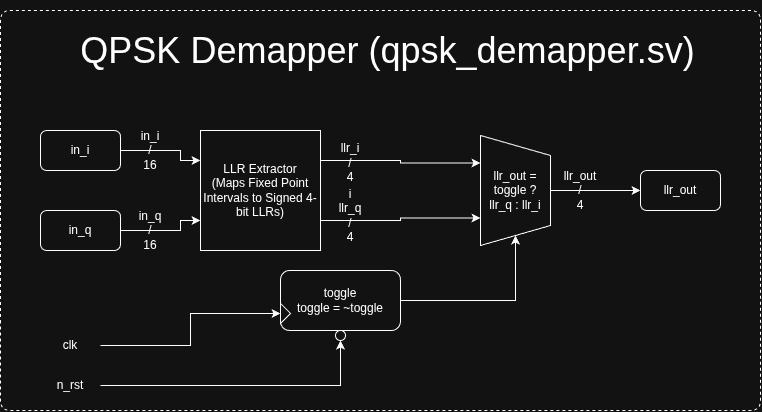
Earlier version of the draw.io export diagrams/qpskdemapperrtl.png (Yauk-An-Ant/OFDM-Baseband-PHY-FPGA). Source tidied: cells renumbered, new cells last; positions are measured from the earlier drawing's top-left corner, leaving out a move shared by most shapes. The source it was exported from:
```xml
<mxGraphModel>
  <root>
    <mxCell id="0" />
    <mxCell id="1" parent="0" />
    <mxCell id="2" style="edgeStyle=orthogonalEdgeStyle;rounded=0;jettySize=auto;html=1;exitX=1;exitY=0.5;exitDx=0;exitDy=0;entryX=0;entryY=0.25;entryDx=0;entryDy=0;" parent="1" edge="1" source="3" target="8">
      <mxGeometry relative="1" as="geometry">
        <Array as="points">
          <mxPoint x="180" y="150" />
          <mxPoint x="180" y="160" />
        </Array>
      </mxGeometry>
    </mxCell>
    <mxCell id="3" value="in_i" style="rounded=1;whiteSpace=wrap;html=1;" parent="1" vertex="1">
      <mxGeometry x="40" y="130" width="80" height="40" as="geometry" />
    </mxCell>
    <mxCell id="4" style="edgeStyle=orthogonalEdgeStyle;rounded=0;jettySize=auto;html=1;exitX=1;exitY=0.5;exitDx=0;exitDy=0;entryX=0;entryY=0.75;entryDx=0;entryDy=0;" parent="1" edge="1" source="5" target="8">
      <mxGeometry relative="1" as="geometry">
        <Array as="points">
          <mxPoint x="180" y="230" />
          <mxPoint x="180" y="220" />
        </Array>
      </mxGeometry>
    </mxCell>
    <mxCell id="5" value="in_q" style="rounded=1;whiteSpace=wrap;html=1;" parent="1" vertex="1">
      <mxGeometry x="40" y="210" width="80" height="40" as="geometry" />
    </mxCell>
    <mxCell id="6" style="edgeStyle=orthogonalEdgeStyle;rounded=0;jettySize=auto;html=1;exitX=1;exitY=0.25;exitDx=0;exitDy=0;entryX=0.25;entryY=1;entryDx=0;entryDy=0;" parent="1" edge="1" source="8" target="12">
      <mxGeometry relative="1" as="geometry" />
    </mxCell>
    <mxCell id="7" style="edgeStyle=orthogonalEdgeStyle;rounded=0;jettySize=auto;html=1;exitX=1;exitY=0.75;exitDx=0;exitDy=0;entryX=0.75;entryY=1;entryDx=0;entryDy=0;" parent="1" edge="1" source="8" target="12">
      <mxGeometry relative="1" as="geometry" />
    </mxCell>
    <mxCell id="8" value="LLR Extractor&lt;div&gt;(Maps Fixed Point Intervals to Signed 4-bit LLRs)&lt;/div&gt;" style="rounded=0;whiteSpace=wrap;html=1;" parent="1" vertex="1">
      <mxGeometry x="200" y="130" width="120" height="120" as="geometry" />
    </mxCell>
    <mxCell id="9" style="edgeStyle=orthogonalEdgeStyle;rounded=0;jettySize=auto;html=1;exitX=1;exitY=0.5;exitDx=0;exitDy=0;entryX=1;entryY=0.5;entryDx=0;entryDy=0;" parent="1" edge="1" source="10" target="12">
      <mxGeometry relative="1" as="geometry" />
    </mxCell>
    <mxCell id="10" value="toggle&lt;div&gt;toggle = ~toggle&lt;/div&gt;" style="rounded=1;whiteSpace=wrap;html=1;" parent="1" vertex="1">
      <mxGeometry x="280" y="270" width="120" height="60" as="geometry" />
    </mxCell>
    <mxCell id="11" style="edgeStyle=orthogonalEdgeStyle;rounded=0;jettySize=auto;html=1;exitX=0.5;exitY=0;exitDx=0;exitDy=0;entryX=0;entryY=0.5;entryDx=0;entryDy=0;" parent="1" edge="1" source="12" target="13">
      <mxGeometry relative="1" as="geometry" />
    </mxCell>
    <mxCell id="12" style="shape=trapezoid;perimeter=trapezoidPerimeter;whiteSpace=wrap;html=1;fixedSize=1;rotation=90;" parent="1" vertex="1">
      <mxGeometry x="460" y="155" width="110" height="70" as="geometry" />
    </mxCell>
    <mxCell id="13" value="llr_out" style="rounded=1;whiteSpace=wrap;html=1;" parent="1" vertex="1">
      <mxGeometry x="640" y="170" width="80" height="40" as="geometry" />
    </mxCell>
    <mxCell id="14" style="edgeStyle=orthogonalEdgeStyle;rounded=0;jettySize=auto;html=1;exitX=1;exitY=0.5;exitDx=0;exitDy=0;entryX=0;entryY=0.5;entryDx=0;entryDy=0;" parent="1" edge="1" source="15" target="18">
      <mxGeometry relative="1" as="geometry" />
    </mxCell>
    <mxCell id="15" value="clk" style="text;html=1;whiteSpace=wrap;strokeColor=none;fillColor=none;align=center;verticalAlign=middle;rounded=0;" parent="1" vertex="1">
      <mxGeometry x="40" y="330" width="60" height="30" as="geometry" />
    </mxCell>
    <mxCell id="16" style="edgeStyle=orthogonalEdgeStyle;rounded=0;jettySize=auto;html=1;exitX=1;exitY=0.5;exitDx=0;exitDy=0;entryX=0.5;entryY=1;entryDx=0;entryDy=0;" parent="1" edge="1" source="17" target="19">
      <mxGeometry relative="1" as="geometry" />
    </mxCell>
    <mxCell id="17" value="n_rst" style="text;html=1;whiteSpace=wrap;strokeColor=none;fillColor=none;align=center;verticalAlign=middle;rounded=0;" parent="1" vertex="1">
      <mxGeometry x="40" y="370" width="60" height="30" as="geometry" />
    </mxCell>
    <mxCell id="18" style="triangle;whiteSpace=wrap;html=1;" parent="1" vertex="1">
      <mxGeometry x="280" y="303" width="10" height="20" as="geometry" />
    </mxCell>
    <mxCell id="19" style="ellipse;whiteSpace=wrap;html=1;" parent="1" vertex="1">
      <mxGeometry x="335" y="330" width="10" height="10" as="geometry" />
    </mxCell>
    <mxCell id="20" value="llr_out = toggle ? llr_q : llr_i" style="text;html=1;whiteSpace=wrap;strokeColor=none;fillColor=none;align=center;verticalAlign=middle;rounded=0;" parent="1" vertex="1">
      <mxGeometry x="480" y="160" width="70" height="60" as="geometry" />
    </mxCell>
    <mxCell id="21" value="in_i&lt;div&gt;/&lt;/div&gt;&lt;div&gt;16&lt;/div&gt;" style="text;html=1;whiteSpace=wrap;strokeColor=none;fillColor=none;align=center;verticalAlign=middle;rounded=0;" parent="1" vertex="1">
      <mxGeometry x="120" y="135" width="60" height="30" as="geometry" />
    </mxCell>
    <mxCell id="22" value="in_q&lt;div&gt;/&lt;/div&gt;&lt;div&gt;16&lt;/div&gt;" style="text;html=1;whiteSpace=wrap;strokeColor=none;fillColor=none;align=center;verticalAlign=middle;rounded=0;" parent="1" vertex="1">
      <mxGeometry x="120" y="215" width="60" height="30" as="geometry" />
    </mxCell>
    <mxCell id="23" value="&lt;div&gt;&lt;br&gt;&lt;/div&gt;llr_i&lt;div&gt;/&lt;/div&gt;&lt;div&gt;4&lt;/div&gt;" style="text;html=1;whiteSpace=wrap;strokeColor=none;fillColor=none;align=center;verticalAlign=middle;rounded=0;" parent="1" vertex="1">
      <mxGeometry x="320" y="140" width="60" height="30" as="geometry" />
    </mxCell>
    <mxCell id="24" value="i&lt;div&gt;llr_q&lt;div&gt;/&lt;/div&gt;&lt;div&gt;4&lt;/div&gt;&lt;/div&gt;" style="text;html=1;whiteSpace=wrap;strokeColor=none;fillColor=none;align=center;verticalAlign=middle;rounded=0;" parent="1" vertex="1">
      <mxGeometry x="320" y="200" width="60" height="30" as="geometry" />
    </mxCell>
    <mxCell id="25" value="&lt;div&gt;&lt;span style=&quot;background-color: transparent; color: light-dark(rgb(0, 0, 0), rgb(255, 255, 255));&quot;&gt;llr_out&lt;/span&gt;&lt;/div&gt;&lt;div&gt;/&lt;br&gt;&lt;div&gt;4&lt;/div&gt;&lt;/div&gt;" style="text;html=1;whiteSpace=wrap;strokeColor=none;fillColor=none;align=center;verticalAlign=middle;rounded=0;" parent="1" vertex="1">
      <mxGeometry x="550" y="175" width="60" height="30" as="geometry" />
    </mxCell>
    <mxCell id="26" value="QPSK Demapper (qpsk_demapper.sv)" style="text;html=1;whiteSpace=wrap;strokeColor=none;fillColor=none;align=center;verticalAlign=middle;rounded=0;fontSize=36;" parent="1" vertex="1">
      <mxGeometry x="55" width="665" height="100" as="geometry" />
    </mxCell>
    <mxCell id="27" style="endArrow=none;dashed=1;html=1;rounded=1;curved=0;" parent="1" edge="1">
      <mxGeometry relative="1" as="geometry">
        <mxPoint y="320" as="sourcePoint" />
        <mxPoint y="320" as="targetPoint" />
        <Array as="points">
          <mxPoint y="410" />
          <mxPoint x="760" y="410" />
          <mxPoint x="760" y="10" />
          <mxPoint y="10" />
        </Array>
      </mxGeometry>
    </mxCell>
  </root>
</mxGraphModel>
```
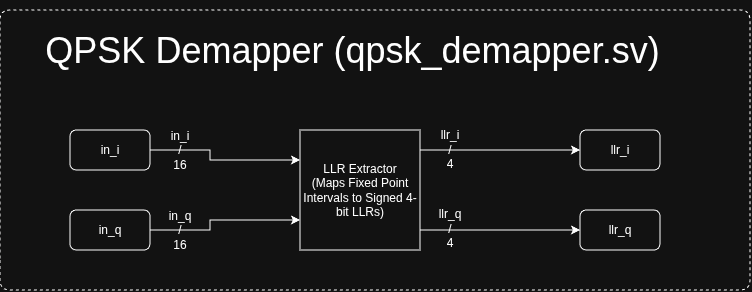
Later version of the same file.

Commit message:
fixed massive oversight on demapper in diagram and docs

Change to the diagram source:
```diff
@@ -24,51 +24,26 @@
     <mxCell id="5" value="in_q" style="rounded=1;whiteSpace=wrap;html=1;" parent="1" vertex="1">
       <mxGeometry x="40" y="210" width="80" height="40" as="geometry" />
     </mxCell>
-    <mxCell id="6" style="edgeStyle=orthogonalEdgeStyle;rounded=0;jettySize=auto;html=1;exitX=1;exitY=0.25;exitDx=0;exitDy=0;entryX=0.25;entryY=1;entryDx=0;entryDy=0;" parent="1" edge="1" source="8" target="12">
-      <mxGeometry relative="1" as="geometry" />
-    </mxCell>
-    <mxCell id="7" style="edgeStyle=orthogonalEdgeStyle;rounded=0;jettySize=auto;html=1;exitX=1;exitY=0.75;exitDx=0;exitDy=0;entryX=0.75;entryY=1;entryDx=0;entryDy=0;" parent="1" edge="1" source="8" target="12">
-      <mxGeometry relative="1" as="geometry" />
-    </mxCell>
+    <mxCell id="28" style="edgeStyle=orthogonalEdgeStyle;rounded=0;jettySize=auto;html=1;exitX=1;exitY=0.25;exitDx=0;exitDy=0;entryX=0;entryY=0.5;entryDx=0;entryDy=0;" parent="1" edge="1" source="8" target="30">
+      <mxGeometry relative="1" as="geometry">
+        <Array as="points">
+          <mxPoint x="320" y="150" />
+        </Array>
+      </mxGeometry>
+    </mxCell>
+    <mxCell id="29" style="edgeStyle=orthogonalEdgeStyle;rounded=0;jettySize=auto;html=1;exitX=1;exitY=0.75;exitDx=0;exitDy=0;entryX=0;entryY=0.5;entryDx=0;entryDy=0;" parent="1" edge="1" source="8" target="33">
+      <mxGeometry relative="1" as="geometry">
+        <Array as="points">
+          <mxPoint x="320" y="230" />
+        </Array>
+      </mxGeometry>
+    </mxCell>
     <mxCell id="8" value="LLR Extractor&lt;div&gt;(Maps Fixed Point Intervals to Signed 4-bit LLRs)&lt;/div&gt;" style="rounded=0;whiteSpace=wrap;html=1;" parent="1" vertex="1">
-      <mxGeometry x="200" y="130" width="120" height="120" as="geometry" />
+      <mxGeometry x="270" y="130" width="120" height="120" as="geometry" />
     </mxCell>
-    <mxCell id="9" style="edgeStyle=orthogonalEdgeStyle;rounded=0;jettySize=auto;html=1;exitX=1;exitY=0.5;exitDx=0;exitDy=0;entryX=1;entryY=0.5;entryDx=0;entryDy=0;" parent="1" edge="1" source="10" target="12">
-      <mxGeometry relative="1" as="geometry" />
-    </mxCell>
-    <mxCell id="10" value="toggle&lt;div&gt;toggle = ~toggle&lt;/div&gt;" style="rounded=1;whiteSpace=wrap;html=1;" parent="1" vertex="1">
-      <mxGeometry x="280" y="270" width="120" height="60" as="geometry" />
-    </mxCell>
-    <mxCell id="11" style="edgeStyle=orthogonalEdgeStyle;rounded=0;jettySize=auto;html=1;exitX=0.5;exitY=0;exitDx=0;exitDy=0;entryX=0;entryY=0.5;entryDx=0;entryDy=0;" parent="1" edge="1" source="12" target="13">
-      <mxGeometry relative="1" as="geometry" />
-    </mxCell>
-    <mxCell id="12" style="shape=trapezoid;perimeter=trapezoidPerimeter;whiteSpace=wrap;html=1;fixedSize=1;rotation=90;" parent="1" vertex="1">
-      <mxGeometry x="460" y="155" width="110" height="70" as="geometry" />
-    </mxCell>
-    <mxCell id="13" value="llr_out" style="rounded=1;whiteSpace=wrap;html=1;" parent="1" vertex="1">
-      <mxGeometry x="640" y="170" width="80" height="40" as="geometry" />
-    </mxCell>
-    <mxCell id="14" style="edgeStyle=orthogonalEdgeStyle;rounded=0;jettySize=auto;html=1;exitX=1;exitY=0.5;exitDx=0;exitDy=0;entryX=0;entryY=0.5;entryDx=0;entryDy=0;" parent="1" edge="1" source="15" target="18">
-      <mxGeometry relative="1" as="geometry" />
-    </mxCell>
-    <mxCell id="15" value="clk" style="text;html=1;whiteSpace=wrap;strokeColor=none;fillColor=none;align=center;verticalAlign=middle;rounded=0;" parent="1" vertex="1">
-      <mxGeometry x="40" y="330" width="60" height="30" as="geometry" />
-    </mxCell>
-    <mxCell id="16" style="edgeStyle=orthogonalEdgeStyle;rounded=0;jettySize=auto;html=1;exitX=1;exitY=0.5;exitDx=0;exitDy=0;entryX=0.5;entryY=1;entryDx=0;entryDy=0;" parent="1" edge="1" source="17" target="19">
-      <mxGeometry relative="1" as="geometry" />
-    </mxCell>
-    <mxCell id="17" value="n_rst" style="text;html=1;whiteSpace=wrap;strokeColor=none;fillColor=none;align=center;verticalAlign=middle;rounded=0;" parent="1" vertex="1">
-      <mxGeometry x="40" y="370" width="60" height="30" as="geometry" />
-    </mxCell>
-    <mxCell id="18" style="triangle;whiteSpace=wrap;html=1;" parent="1" vertex="1">
-      <mxGeometry x="280" y="303" width="10" height="20" as="geometry" />
-    </mxCell>
-    <mxCell id="19" style="ellipse;whiteSpace=wrap;html=1;" parent="1" vertex="1">
-      <mxGeometry x="335" y="330" width="10" height="10" as="geometry" />
-    </mxCell>
-    <mxCell id="20" value="llr_out = toggle ? llr_q : llr_i" style="text;html=1;whiteSpace=wrap;strokeColor=none;fillColor=none;align=center;verticalAlign=middle;rounded=0;" parent="1" vertex="1">
-      <mxGeometry x="480" y="160" width="70" height="60" as="geometry" />
-    </mxCell>
+    <mxCell id="30" value="llr_i" style="rounded=1;whiteSpace=wrap;html=1;" parent="1" vertex="1">
+      <mxGeometry x="550" y="130" width="80" height="40" as="geometry" />
+    </mxCell>
     <mxCell id="21" value="in_i&lt;div&gt;/&lt;/div&gt;&lt;div&gt;16&lt;/div&gt;" style="text;html=1;whiteSpace=wrap;strokeColor=none;fillColor=none;align=center;verticalAlign=middle;rounded=0;" parent="1" vertex="1">
       <mxGeometry x="120" y="135" width="60" height="30" as="geometry" />
     </mxCell>
@@ -76,28 +51,29 @@
       <mxGeometry x="120" y="215" width="60" height="30" as="geometry" />
     </mxCell>
     <mxCell id="23" value="&lt;div&gt;&lt;br&gt;&lt;/div&gt;llr_i&lt;div&gt;/&lt;/div&gt;&lt;div&gt;4&lt;/div&gt;" style="text;html=1;whiteSpace=wrap;strokeColor=none;fillColor=none;align=center;verticalAlign=middle;rounded=0;" parent="1" vertex="1">
-      <mxGeometry x="320" y="140" width="60" height="30" as="geometry" />
+      <mxGeometry x="390" y="127" width="60" height="30" as="geometry" />
     </mxCell>
-    <mxCell id="24" value="i&lt;div&gt;llr_q&lt;div&gt;/&lt;/div&gt;&lt;div&gt;4&lt;/div&gt;&lt;/div&gt;" style="text;html=1;whiteSpace=wrap;strokeColor=none;fillColor=none;align=center;verticalAlign=middle;rounded=0;" parent="1" vertex="1">
-      <mxGeometry x="320" y="200" width="60" height="30" as="geometry" />
-    </mxCell>
-    <mxCell id="25" value="&lt;div&gt;&lt;span style=&quot;background-color: transparent; color: light-dark(rgb(0, 0, 0), rgb(255, 255, 255));&quot;&gt;llr_out&lt;/span&gt;&lt;/div&gt;&lt;div&gt;/&lt;br&gt;&lt;div&gt;4&lt;/div&gt;&lt;/div&gt;" style="text;html=1;whiteSpace=wrap;strokeColor=none;fillColor=none;align=center;verticalAlign=middle;rounded=0;" parent="1" vertex="1">
-      <mxGeometry x="550" y="175" width="60" height="30" as="geometry" />
-    </mxCell>
+    <mxCell id="31" value="&lt;br&gt;&lt;div&gt;llr_q&lt;div&gt;/&lt;/div&gt;&lt;div&gt;4&lt;/div&gt;&lt;/div&gt;" style="text;html=1;whiteSpace=wrap;strokeColor=none;fillColor=none;align=center;verticalAlign=middle;rounded=0;" parent="1" vertex="1">
+      <mxGeometry x="390" y="206" width="60" height="30" as="geometry" />
+    </mxCell>
     <mxCell id="26" value="QPSK Demapper (qpsk_demapper.sv)" style="text;html=1;whiteSpace=wrap;strokeColor=none;fillColor=none;align=center;verticalAlign=middle;rounded=0;fontSize=36;" parent="1" vertex="1">
-      <mxGeometry x="55" width="665" height="100" as="geometry" />
+      <mxGeometry x="-10" width="665" height="100" as="geometry" />
     </mxCell>
-    <mxCell id="27" style="endArrow=none;dashed=1;html=1;rounded=1;curved=0;" parent="1" edge="1">
-      <mxGeometry relative="1" as="geometry">
-        <mxPoint y="320" as="sourcePoint" />
-        <mxPoint y="320" as="targetPoint" />
-        <Array as="points">
-          <mxPoint y="410" />
-          <mxPoint x="760" y="410" />
-          <mxPoint x="760" y="10" />
-          <mxPoint y="10" />
-        </Array>
-      </mxGeometry>
-    </mxCell>
+    <mxCell id="32" style="endArrow=none;dashed=1;html=1;rounded=1;curved=0;" parent="1" edge="1">
+      <mxGeometry relative="1" as="geometry">
+        <mxPoint x="-30" y="260" as="sourcePoint" />
+        <mxPoint x="-30" y="260" as="targetPoint" />
+        <Array as="points">
+          <mxPoint x="-30" y="290" />
+          <mxPoint x="350" y="290" />
+          <mxPoint x="720" y="290" />
+          <mxPoint x="720" y="10" />
+          <mxPoint x="-30" y="10" />
+        </Array>
+      </mxGeometry>
+    </mxCell>
+    <mxCell id="33" value="llr_q" style="rounded=1;whiteSpace=wrap;html=1;" parent="1" vertex="1">
+      <mxGeometry x="550" y="210" width="80" height="40" as="geometry" />
+    </mxCell>
   </root>
 </mxGraphModel>
```
